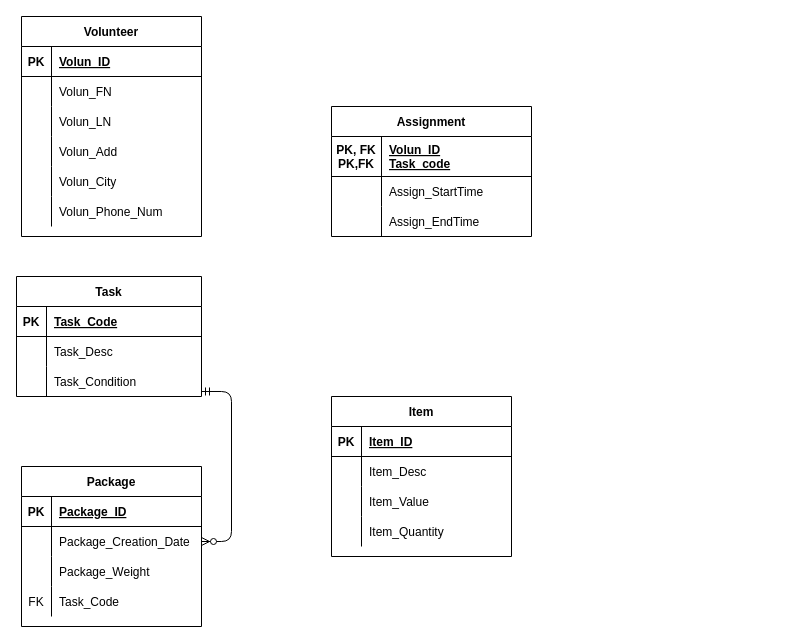
Before: Untitled Diagram.drawio in Tracey1217/Database-ERD-Team-Project, a draw.io diagram. Source tidied: cells renumbered, new cells numbered last; positions are measured from the earlier drawing's top-left corner, leaving out a move shared by most shapes. Both pictures are drawn from the tidied source at 100%, with x=0, y=0 at pixel (16, 16).
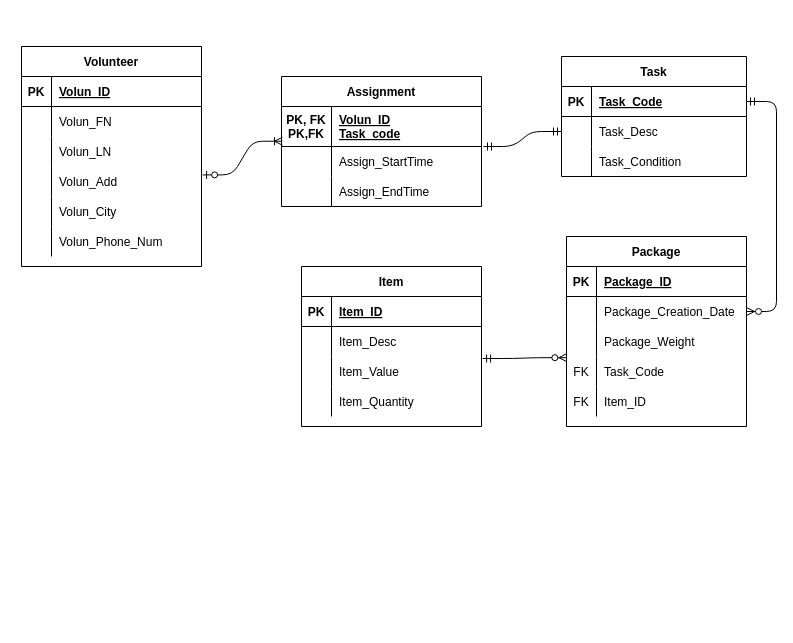
Above is the later version.

Unchanged cells that the change refers to:
```xml
<mxCell id="12" style="shape=partialRectangle;fillColor=none;top=0;left=0;bottom=0;right=0;points=[[0,0.5],[1,0.5]];portConstraint=eastwest;" parent="2" vertex="1">
  <mxGeometry y="120" width="180" height="30" as="geometry" />
</mxCell>
<mxCell id="22" style="shape=partialRectangle;fillColor=none;top=0;left=0;bottom=1;right=0;points=[[0,0.5],[1,0.5]];portConstraint=eastwest;" parent="21" vertex="1">
  <mxGeometry y="30" width="185" height="30" as="geometry" />
</mxCell>
<mxCell id="25" style="shape=partialRectangle;fillColor=none;top=0;left=0;bottom=0;right=0;points=[[0,0.5],[1,0.5]];portConstraint=eastwest;" parent="21" vertex="1">
  <mxGeometry y="60" width="185" height="30" as="geometry" />
</mxCell>
<mxCell id="28" style="shape=partialRectangle;fillColor=none;top=0;left=0;bottom=0;right=0;points=[[0,0.5],[1,0.5]];portConstraint=eastwest;" parent="21" vertex="1">
  <mxGeometry y="90" width="185" height="30" as="geometry" />
</mxCell>
<mxCell id="35" style="shape=partialRectangle;fillColor=none;top=0;left=0;bottom=0;right=0;points=[[0,0.5],[1,0.5]];portConstraint=eastwest;" parent="31" vertex="1">
  <mxGeometry y="60" width="180" height="30" as="geometry" />
</mxCell>
<mxCell id="41" style="shape=partialRectangle;fillColor=none;top=0;left=0;bottom=0;right=0;points=[[0,0.5],[1,0.5]];portConstraint=eastwest;" parent="31" vertex="1">
  <mxGeometry y="120" width="180" height="30" as="geometry" />
</mxCell>
<mxCell id="48" style="shape=partialRectangle;fillColor=none;top=0;left=0;bottom=0;right=0;points=[[0,0.5],[1,0.5]];portConstraint=eastwest;" parent="44" vertex="1">
  <mxGeometry y="60" width="180" height="30" as="geometry" />
</mxCell>
<mxCell id="59" style="shape=partialRectangle;fillColor=none;top=0;left=0;bottom=1;right=0;points=[[0,0.5],[1,0.5]];portConstraint=eastwest;" parent="58" vertex="1">
  <mxGeometry y="30" width="200" height="40" as="geometry" />
</mxCell>
<mxCell id="62" style="shape=partialRectangle;fillColor=none;top=0;left=0;bottom=0;right=0;points=[[0,0.5],[1,0.5]];portConstraint=eastwest;" parent="58" vertex="1">
  <mxGeometry y="70" width="200" height="30" as="geometry" />
</mxCell>
```

The edit, as a diff of the source:
```diff
@@
     <mxCell id="2" value="Volunteer" style="shape=table;startSize=30;childLayout=tableLayout;rowLines=0;fontStyle=1;align=center;" parent="1" vertex="1">
-      <mxGeometry x="5" width="180" height="220" as="geometry" />
+      <mxGeometry x="5" y="30" width="180" height="220" as="geometry" />
     </mxCell>
@@
     <mxCell id="21" value="Task" style="shape=table;startSize=30;childLayout=tableLayout;rowLines=0;fontStyle=1;align=center;strokeColor=#000000;" parent="1" vertex="1">
-      <mxGeometry y="260" width="185" height="120" as="geometry" />
+      <mxGeometry x="545" y="40" width="185" height="120" as="geometry" />
     </mxCell>
@@
     <mxCell id="31" value="Package" style="shape=table;startSize=30;childLayout=tableLayout;rowLines=0;fontStyle=1;align=center;strokeColor=#000000;" parent="1" vertex="1">
-      <mxGeometry x="5" y="450" width="180" height="160" as="geometry" />
+      <mxGeometry x="550" y="220" width="180" height="190" as="geometry" />
     </mxCell>
@@
+    <mxCell id="68" style="shape=partialRectangle;fillColor=none;top=0;left=0;bottom=0;right=0;" parent="31" vertex="1">
+      <mxGeometry y="150" width="180" height="30" as="geometry" />
+    </mxCell>
+    <mxCell id="69" value="FK" style="shape=partialRectangle;fillColor=none;top=0;left=0;bottom=0;right=0;overflow=hidden;" parent="68" vertex="1">
+      <mxGeometry width="30" height="30" as="geometry" />
+    </mxCell>
+    <mxCell id="70" value="Item_ID" style="shape=partialRectangle;fillColor=none;top=0;left=0;bottom=0;right=0;align=left;spacingLeft=6;overflow=hidden;" parent="68" vertex="1">
+      <mxGeometry x="30" width="150" height="30" as="geometry" />
+    </mxCell>
     <mxCell id="44" value="Item" style="shape=table;startSize=30;childLayout=tableLayout;rowLines=0;fontStyle=1;align=center;strokeColor=#000000;" parent="1" vertex="1">
-      <mxGeometry x="315" y="380" width="180" height="160" as="geometry" />
+      <mxGeometry x="285" y="250" width="180" height="160" as="geometry" />
     </mxCell>
@@
-    <mxCell id="57" style="edgeStyle=entityRelationEdgeStyle;fontSize=12;html=1;endArrow=ERzeroToMany;startArrow=ERmandOne;entryX=1;entryY=0.5;entryDx=0;entryDy=0;exitX=1;exitY=0.833;exitDx=0;exitDy=0;exitPerimeter=0;" parent="1" edge="1" source="28" target="35">
+    <mxCell id="57" style="edgeStyle=entityRelationEdgeStyle;fontSize=12;html=1;endArrow=ERzeroToMany;startArrow=ERmandOne;entryX=1;entryY=0.5;entryDx=0;entryDy=0;" parent="1" edge="1" source="22" target="35">
       <mxGeometry relative="1" as="geometry" />
     </mxCell>
     <mxCell id="58" value="Assignment" style="shape=table;startSize=30;childLayout=tableLayout;rowLines=0;fontStyle=1;align=center;" parent="1" vertex="1">
-      <mxGeometry x="315" y="90" width="200" height="130" as="geometry" />
+      <mxGeometry x="265" y="60" width="200" height="130" as="geometry" />
     </mxCell>
@@
+    <mxCell id="71" style="edgeStyle=entityRelationEdgeStyle;fontSize=12;html=1;endArrow=ERoneToMany;startArrow=ERzeroToOne;exitX=1.006;exitY=0.28;exitDx=0;exitDy=0;exitPerimeter=0;entryX=0.005;entryY=0.868;entryDx=0;entryDy=0;entryPerimeter=0;" parent="1" edge="1" source="12" target="59">
+      <mxGeometry relative="1" as="geometry" />
+    </mxCell>
+    <mxCell id="72" style="edgeStyle=entityRelationEdgeStyle;fontSize=12;html=1;endArrow=ERmandOne;startArrow=ERmandOne;entryX=0;entryY=0.5;entryDx=0;entryDy=0;exitX=1.01;exitY=0;exitDx=0;exitDy=0;exitPerimeter=0;" parent="1" edge="1" source="62" target="25">
+      <mxGeometry relative="1" as="geometry" />
+    </mxCell>
+    <mxCell id="73" style="edgeStyle=entityRelationEdgeStyle;fontSize=12;html=1;endArrow=ERzeroToMany;startArrow=ERmandOne;exitX=1.006;exitY=1.067;exitDx=0;exitDy=0;exitPerimeter=0;entryX=0.002;entryY=0.039;entryDx=0;entryDy=0;entryPerimeter=0;" parent="1" edge="1" source="48" target="41">
+      <mxGeometry relative="1" as="geometry" />
+    </mxCell>
```
